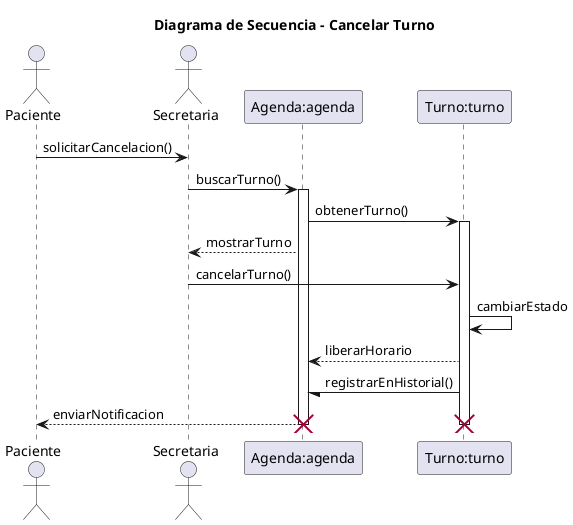
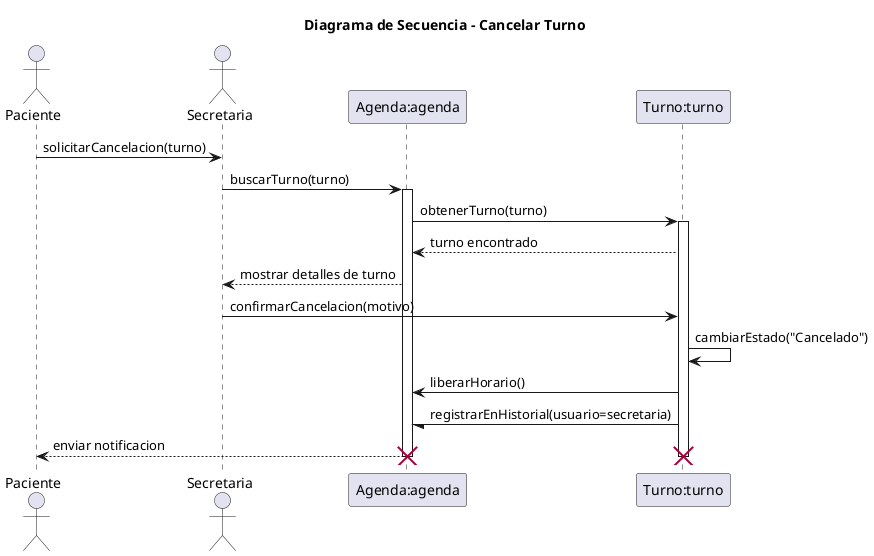
- @startuml 05-secuencia-cancelar-turno-02
+ @startuml 05-secuencia-cancelar-turno-03

title Diagrama de Secuencia - Cancelar Turno
- ' Nombre del escenario: Cancelar Turno - Flujo Principal
- ' Archivo: diagramas/03-escenarios-casos-de-uso/03-cancelar-turno-flujo-principal.md
- ' Objetivo: Representar la cancelación de un turno a solicitud del paciente, involucrando secretaria, paciente y sistema, basado en responsabilidades de CRC (Secretaria gestiona turnos, Turno modifica estados, Agenda libera horarios).

actor Paciente as paciente
actor Secretaria as secretaria
+ 
participant "Agenda:agenda" as agenda
participant "Turno:turno" as turno

- paciente -> secretaria: solicitarCancelacion()
+ paciente -> secretaria: solicitarCancelacion(turno)
+ secretaria -> agenda: buscarTurno(turno)

- secretaria -> agenda: buscarTurno()
activate agenda

- agenda -> turno: obtenerTurno()
+ agenda -> turno: obtenerTurno(turno)
+ 
activate turno

- agenda --> secretaria: mostrarTurno
+ turno --> agenda: turno encontrado

+ agenda --> secretaria: mostrar detalles de turno

- secretaria -> turno: cancelarTurno()
+ secretaria -> turno: confirmarCancelacion(motivo)

+ turno -> turno: cambiarEstado("Cancelado")
+ turno -> agenda: liberarHorario()
+ turno -/ agenda: registrarEnHistorial(usuario=secretaria)

- turno -> turno: cambiarEstado
- turno --> agenda: liberarHorario
- turno -/ agenda: registrarEnHistorial()
- 
- agenda --> paciente: enviarNotificacion
+ agenda --> paciente: enviar notificacion

deactivate turno
+ destroy turno
+ 
deactivate agenda
- 
- destroy turno
destroy agenda

@enduml